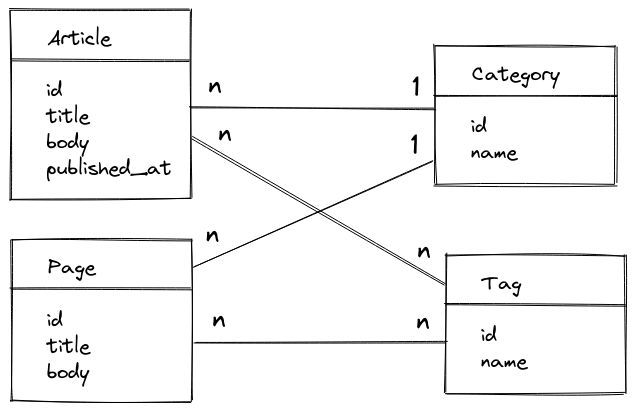
The Excalidraw diagram img/projet-blog-uml.excalidraw.png in jibundeyare/cours, before a commit. Source tidied: one line per element, renumbered; positions are measured from the earlier drawing's top-left corner, leaving out a move shared by most shapes.
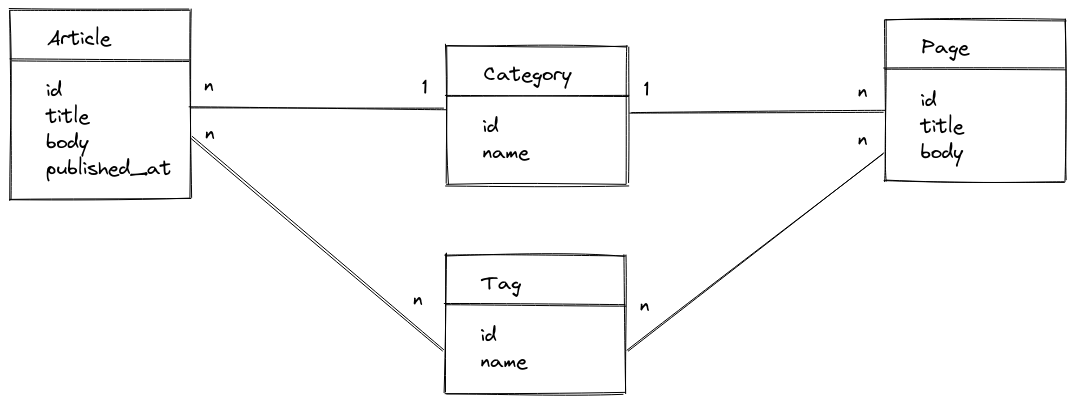
Later version of the same file.

What changed in the source:
```diff
@@ -2,27 +2,27 @@
 {"id": 1, "type": "rectangle", "strokeColor": "#000000", "strokeWidth": 1, "roughness": 1, "x": 0, "y": 0, "width": 180, "height": 189}
 {"id": 2, "type": "text", "text": "id\ntitle\nbody\npublished_at", "strokeColor": "#000000", "strokeWidth": 1, "roughness": 1, "fontSize": 20, "fontFamily": 1, "x": 36, "y": 68, "width": 126, "height": 104}
 {"id": 3, "type": "line", "strokeColor": "#000000", "strokeWidth": 1, "roughness": 1, "x": 0, "y": 50, "width": 178, "height": 0, "points": [[0, 0], [178, 0]]}
-{"id": 4, "type": "text", "text": "Page", "strokeColor": "#000000", "strokeWidth": 1, "roughness": 1, "fontSize": 20, "fontFamily": 1, "x": 38, "y": 245, "width": 49, "height": 26}
+{"id": 4, "type": "text", "text": "Page", "strokeColor": "#000000", "strokeWidth": 1, "roughness": 1, "fontSize": 20, "fontFamily": 1, "x": 912, "y": 25, "width": 49, "height": 26}
-{"id": 5, "type": "rectangle", "strokeColor": "#000000", "strokeWidth": 1, "roughness": 1, "x": 0, "y": 230, "width": 180, "height": 162}
+{"id": 5, "type": "rectangle", "strokeColor": "#000000", "strokeWidth": 1, "roughness": 1, "x": 874, "y": 10, "width": 180, "height": 162}
-{"id": 6, "type": "text", "text": "id\ntitle\nbody", "strokeColor": "#000000", "strokeWidth": 1, "roughness": 1, "fontSize": 20, "fontFamily": 1, "x": 36, "y": 298, "width": 43, "height": 78}
+{"id": 6, "type": "text", "text": "id\ntitle\nbody", "strokeColor": "#000000", "strokeWidth": 1, "roughness": 1, "fontSize": 20, "fontFamily": 1, "x": 910, "y": 78, "width": 43, "height": 78}
-{"id": 7, "type": "line", "strokeColor": "#000000", "strokeWidth": 1, "roughness": 1, "x": 0, "y": 280, "width": 181, "height": 0, "points": [[0, 0], [181, 0]]}
+{"id": 7, "type": "line", "strokeColor": "#000000", "strokeWidth": 1, "roughness": 1, "x": 874, "y": 60, "width": 181, "height": 0, "points": [[0, 0], [181, 0]]}
-{"id": 8, "type": "text", "text": "Category", "strokeColor": "#000000", "strokeWidth": 1, "roughness": 1, "fontSize": 20, "fontFamily": 1, "x": 462, "y": 52, "width": 89, "height": 26}
+{"id": 8, "type": "text", "text": "Category", "strokeColor": "#000000", "strokeWidth": 1, "roughness": 1, "fontSize": 20, "fontFamily": 1, "x": 474, "y": 52, "width": 89, "height": 26}
-{"id": 9, "type": "rectangle", "strokeColor": "#000000", "strokeWidth": 1, "roughness": 1, "x": 424, "y": 36, "width": 180, "height": 138}
+{"id": 9, "type": "rectangle", "strokeColor": "#000000", "strokeWidth": 1, "roughness": 1, "x": 436, "y": 36, "width": 180, "height": 138}
-{"id": 10, "type": "text", "text": "id\nname", "strokeColor": "#000000", "strokeWidth": 1, "roughness": 1, "fontSize": 20, "fontFamily": 1, "x": 460, "y": 104, "width": 47, "height": 52}
+{"id": 10, "type": "text", "text": "id\nname", "strokeColor": "#000000", "strokeWidth": 1, "roughness": 1, "fontSize": 20, "fontFamily": 1, "x": 472, "y": 104, "width": 47, "height": 52}
-{"id": 11, "type": "line", "strokeColor": "#000000", "strokeWidth": 1, "roughness": 1, "x": 424, "y": 86, "width": 181, "height": 0, "points": [[0, 0], [181, 0]]}
+{"id": 11, "type": "line", "strokeColor": "#000000", "strokeWidth": 1, "roughness": 1, "x": 436, "y": 86, "width": 181, "height": 0, "points": [[0, 0], [181, 0]]}
 {"id": 12, "type": "text", "text": "Tag", "strokeColor": "#000000", "strokeWidth": 1, "roughness": 1, "fontSize": 20, "fontFamily": 1, "x": 472, "y": 260, "width": 40, "height": 26}
 {"id": 13, "type": "rectangle", "strokeColor": "#000000", "strokeWidth": 1, "roughness": 1, "x": 434, "y": 245, "width": 180, "height": 138}
 {"id": 14, "type": "text", "text": "id\nname", "strokeColor": "#000000", "strokeWidth": 1, "roughness": 1, "fontSize": 20, "fontFamily": 1, "x": 470, "y": 313, "width": 47, "height": 52}
 {"id": 15, "type": "line", "strokeColor": "#000000", "strokeWidth": 1, "roughness": 1, "x": 434, "y": 295, "width": 181, "height": 0, "points": [[0, 0], [181, 0]]}
-{"id": 16, "type": "line", "strokeColor": "#000000", "strokeWidth": 1, "roughness": 1, "x": 180, "y": 98, "width": 244, "height": 0, "points": [[0, 0], [244, 0]]}
+{"id": 16, "type": "line", "strokeColor": "#000000", "strokeWidth": 1, "roughness": 1, "x": 180, "y": 98, "width": 254, "height": 0, "points": [[0, 0], [254, 0]]}
-{"id": 17, "type": "text", "text": "1", "strokeColor": "#000000", "strokeWidth": 1, "roughness": 1, "fontSize": 28, "fontFamily": 1, "x": 402, "y": 60, "width": 9, "height": 36}
+{"id": 17, "type": "text", "text": "1", "strokeColor": "#000000", "strokeWidth": 1, "roughness": 1, "fontSize": 20, "fontFamily": 1, "x": 412, "y": 65, "width": 6, "height": 26}
-{"id": 18, "type": "text", "text": "n", "strokeColor": "#000000", "strokeWidth": 1, "roughness": 1, "fontSize": 28, "fontFamily": 1, "x": 198, "y": 58, "width": 14, "height": 36}
+{"id": 18, "type": "text", "text": "n", "strokeColor": "#000000", "strokeWidth": 1, "roughness": 1, "fontSize": 20, "fontFamily": 1, "x": 194, "y": 63, "width": 10, "height": 26}
-{"id": 19, "type": "line", "strokeColor": "#000000", "strokeWidth": 1, "roughness": 1, "x": 184, "y": 332, "width": 251, "height": 0, "points": [[0, 0], [251, 0]]}
-{"id": 20, "type": "text", "text": "n", "strokeColor": "#000000", "strokeWidth": 1, "roughness": 1, "fontSize": 28, "fontFamily": 1, "x": 406, "y": 294, "width": 14, "height": 36}
-{"id": 21, "type": "text", "text": "n", "strokeColor": "#000000", "strokeWidth": 1, "roughness": 1, "fontSize": 28, "fontFamily": 1, "x": 202, "y": 292, "width": 14, "height": 36}
-{"id": 22, "type": "line", "strokeColor": "#000000", "strokeWidth": 1, "roughness": 1, "x": 181, "y": 127, "width": 254, "height": 147, "points": [[0, 0], [254, 147]]}
+{"id": 22, "type": "line", "strokeColor": "#000000", "strokeWidth": 1, "roughness": 1, "x": 181, "y": 127, "width": 253, "height": 213, "points": [[0, 0], [253, 213]]}
-{"id": 23, "type": "line", "strokeColor": "#000000", "strokeWidth": 1, "roughness": 1, "x": 183, "y": 257, "width": 239, "height": 105, "points": [[0, 0], [239, -105]]}
-{"id": 24, "type": "text", "text": "1", "strokeColor": "#000000", "strokeWidth": 1, "roughness": 1, "fontSize": 28, "fontFamily": 1, "x": 400, "y": 118, "width": 9, "height": 36}
-{"id": 25, "type": "text", "text": "n", "strokeColor": "#000000", "strokeWidth": 1, "roughness": 1, "fontSize": 28, "fontFamily": 1, "x": 196, "y": 207, "width": 14, "height": 36}
-{"id": 26, "type": "text", "text": "n", "strokeColor": "#000000", "strokeWidth": 1, "roughness": 1, "fontSize": 28, "fontFamily": 1, "x": 407, "y": 223, "width": 14, "height": 36}
+{"id": 26, "type": "text", "text": "n", "strokeColor": "#000000", "strokeWidth": 1, "roughness": 1, "fontSize": 20, "fontFamily": 1, "x": 403, "y": 277, "width": 10, "height": 26}
-{"id": 27, "type": "text", "text": "n", "strokeColor": "#000000", "strokeWidth": 1, "roughness": 1, "fontSize": 28, "fontFamily": 1, "x": 208, "y": 106, "width": 14, "height": 36}
+{"id": 27, "type": "text", "text": "n", "strokeColor": "#000000", "strokeWidth": 1, "roughness": 1, "fontSize": 20, "fontFamily": 1, "x": 195, "y": 111, "width": 10, "height": 26}
+{"id": 28, "type": "line", "strokeColor": "#000000", "strokeWidth": 1, "roughness": 1, "x": 620, "y": 102, "width": 254, "height": 0, "points": [[0, 0], [254, 0]]}
+{"id": 29, "type": "text", "text": "n", "strokeColor": "#000000", "strokeWidth": 1, "roughness": 1, "fontSize": 20, "fontFamily": 1, "x": 848, "y": 69, "width": 10, "height": 26}
+{"id": 24, "type": "text", "text": "1", "strokeColor": "#000000", "strokeWidth": 1, "roughness": 1, "fontSize": 20, "fontFamily": 1, "x": 634, "y": 67, "width": 6, "height": 26}
+{"id": 30, "type": "line", "strokeColor": "#000000", "strokeWidth": 1, "roughness": 1, "x": 618, "y": 341, "width": 256, "height": 197, "points": [[0, 0], [256, -197]]}
+{"id": 31, "type": "text", "text": "n", "strokeColor": "#000000", "strokeWidth": 1, "roughness": 1, "fontSize": 20, "fontFamily": 1, "x": 848, "y": 117, "width": 10, "height": 26}
+{"id": 32, "type": "text", "text": "n", "strokeColor": "#000000", "strokeWidth": 1, "roughness": 1, "fontSize": 20, "fontFamily": 1, "x": 630, "y": 283, "width": 10, "height": 26}
```
